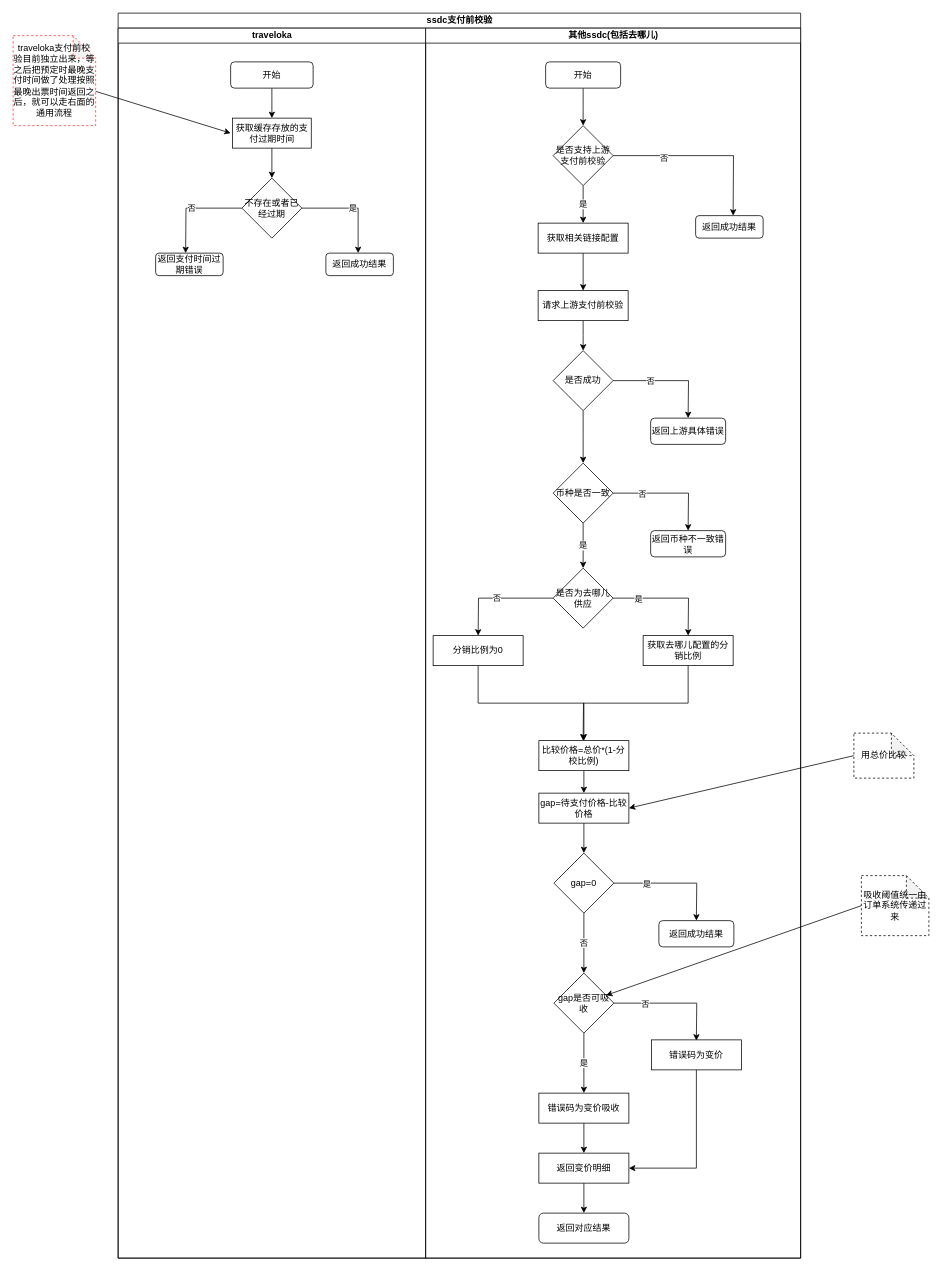
The draw.io diagram page "ssdc支付前校验" (5 of 9) of pkfare/paycheck-refactor/新支付前校验流程.drawio in zhangweixin/design-diagram, before the edit. Source tidied: cells renumbered, new cells numbered last; positions are measured from the earlier drawing's top-left corner, leaving out a move shared by most shapes. Both pictures are drawn from the tidied source at 75%, with x=0, y=0 at pixel (13, 13).
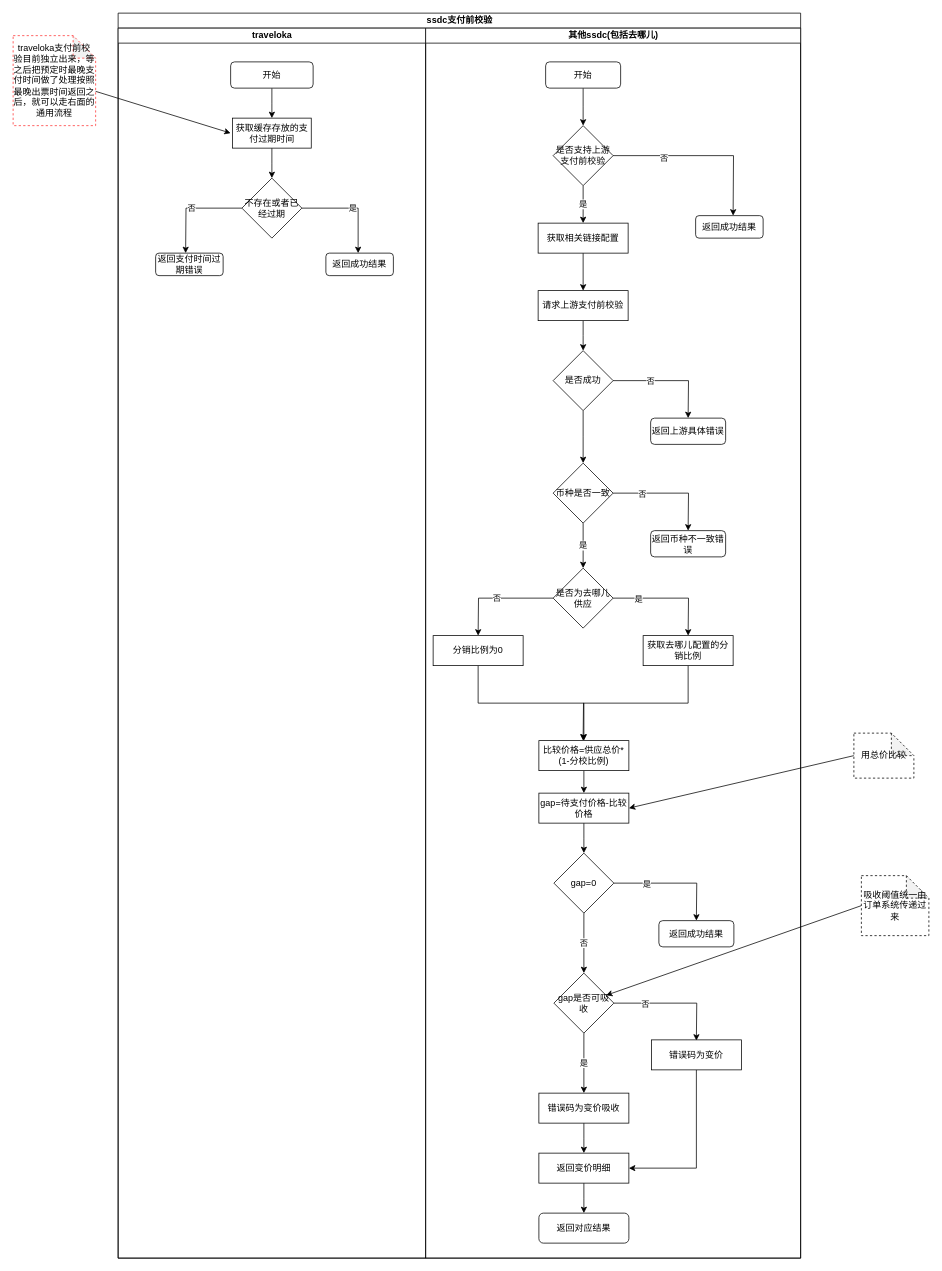
The same diagram, later.

Unchanged cells that the change refers to:
```xml
<mxCell id="13" value="其他ssdc(包括去哪儿)" style="swimlane;startSize=20;html=1;" parent="2" vertex="1">
  <mxGeometry x="410" y="20" width="500" height="1640" as="geometry" />
</mxCell>
```

Diff of the diagram source:
```diff
@@
-    <mxCell id="29" value="比较价格=总价*(1-分校比例)" style="rounded=0;whiteSpace=wrap;html=1;" parent="13" vertex="1">
+    <mxCell id="29" value="比较价格=供应总价*(1-分校比例)" style="rounded=0;whiteSpace=wrap;html=1;" parent="13" vertex="1">
       <mxGeometry x="151" y="950" width="120" height="40" as="geometry" />
     </mxCell>
```
